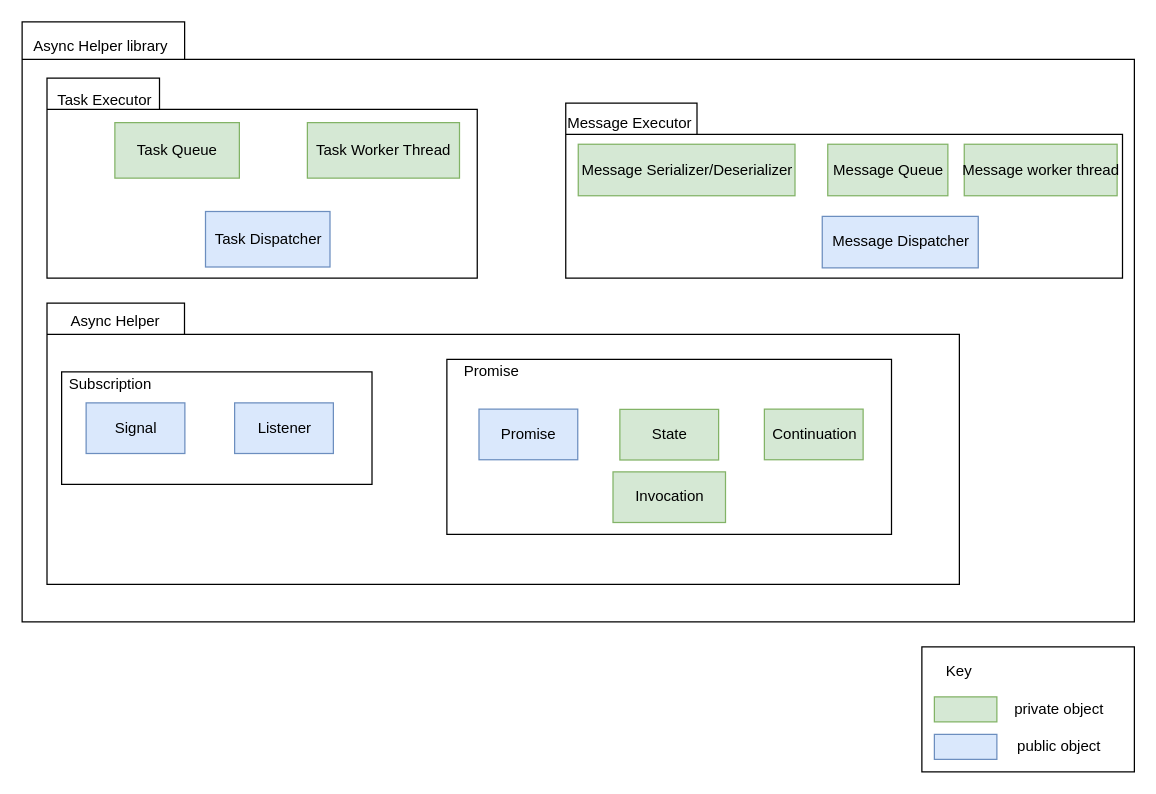
Before: page "async_lib" (1 of 17) of doc/SA cert/Design/performance_async.drawio in taikt/codefun, a draw.io diagram. Source tidied: cells renumbered, new cells numbered last; positions are measured from the earlier drawing's top-left corner, leaving out a move shared by most shapes. Both pictures are drawn from the tidied source at 125%, with x=0, y=0 at pixel (21, 21).
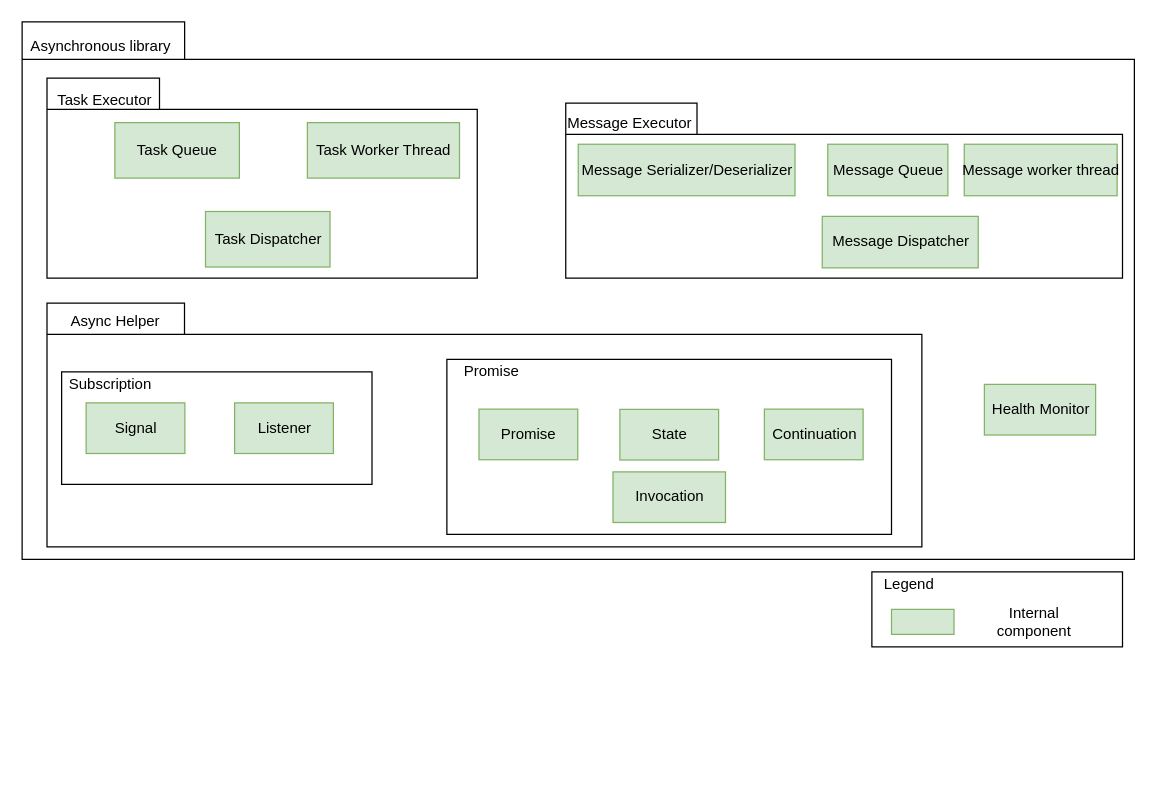
The same diagram, later.

The change refers to these unchanged cells:
```xml
<mxCell id="4" style="group;" parent="1" vertex="1">
  <mxGeometry x="20.1" y="45" width="344.2" height="160" as="geometry" />
</mxCell>
<mxCell id="10" style="group;" parent="1" vertex="1">
  <mxGeometry x="435.1" y="65" width="445.4" height="140" as="geometry" />
</mxCell>
```

The edit, as a diff of the source:
```diff
@@
     <mxCell id="2" style="shape=folder;fontStyle=1;tabWidth=130;tabHeight=30;tabPosition=left;html=1;boundedLbl=1;" parent="1" vertex="1">
-      <mxGeometry x="0.2" width="889.8" height="480" as="geometry" />
+      <mxGeometry x="0.2" width="889.8" height="430" as="geometry" />
     </mxCell>
-    <mxCell id="3" value="Async Helper library&amp;nbsp;" style="text;html=1;strokeColor=none;fillColor=none;align=center;verticalAlign=middle;whiteSpace=wrap;rounded=0;" parent="1" vertex="1">
+    <mxCell id="3" value="Asynchronous library&amp;nbsp;" style="text;html=1;strokeColor=none;fillColor=none;align=center;verticalAlign=middle;whiteSpace=wrap;rounded=0;" parent="1" vertex="1">
       <mxGeometry x="0.2" y="10" width="129.8" height="20" as="geometry" />
     </mxCell>
@@
-    <mxCell id="8" value="Task Dispatcher" style="html=1;fillColor=#dae8fc;strokeColor=#6c8ebf;" parent="4" vertex="1">
+    <mxCell id="8" value="Task Dispatcher" style="html=1;fillColor=#d5e8d4;strokeColor=#82b366;" parent="4" vertex="1">
       <mxGeometry x="126.8" y="106.7" width="99.6" height="44.4" as="geometry" />
     </mxCell>
@@
-    <mxCell id="14" value="Message Dispatcher" style="html=1;fillColor=#dae8fc;strokeColor=#6c8ebf;" parent="10" vertex="1">
+    <mxCell id="14" value="Message Dispatcher" style="html=1;fillColor=#d5e8d4;strokeColor=#82b366;" parent="10" vertex="1">
       <mxGeometry x="205.2" y="90.6" width="124.8" height="41.2" as="geometry" />
     </mxCell>
@@
     <mxCell id="17" style="shape=folder;fontStyle=1;tabWidth=110;tabHeight=25;tabPosition=left;html=1;boundedLbl=1;" parent="1" vertex="1">
-      <mxGeometry x="20.1" y="225" width="729.9" height="225" as="geometry" />
+      <mxGeometry x="20.1" y="225" width="699.9" height="195" as="geometry" />
     </mxCell>
@@
-    <mxCell id="21" value="Signal" style="html=1;fillColor=#dae8fc;strokeColor=#6c8ebf;" parent="1" vertex="1">
+    <mxCell id="21" value="Signal" style="html=1;fillColor=#d5e8d4;strokeColor=#82b366;" parent="1" vertex="1">
       <mxGeometry x="51.4" y="304.8" width="79" height="40.5" as="geometry" />
     </mxCell>
-    <mxCell id="22" value="Listener" style="html=1;fillColor=#dae8fc;strokeColor=#6c8ebf;" parent="1" vertex="1">
+    <mxCell id="22" value="Listener" style="html=1;fillColor=#d5e8d4;strokeColor=#82b366;" parent="1" vertex="1">
       <mxGeometry x="170.2" y="304.8" width="79" height="40.5" as="geometry" />
     </mxCell>
@@
-    <mxCell id="24" value="Promise" style="html=1;fillColor=#dae8fc;strokeColor=#6c8ebf;" parent="1" vertex="1">
+    <mxCell id="24" value="Promise" style="html=1;fillColor=#d5e8d4;strokeColor=#82b366;" parent="1" vertex="1">
       <mxGeometry x="365.7" y="309.8" width="79" height="40.5" as="geometry" />
     </mxCell>
@@
     <mxCell id="29" style="rounded=0;whiteSpace=wrap;html=1;" parent="1" vertex="1">
-      <mxGeometry x="720" y="500" width="170" height="100" as="geometry" />
+      <mxGeometry x="680" y="440" width="200.5" height="60" as="geometry" />
     </mxCell>
-    <mxCell id="30" value="Key" style="text;html=1;strokeColor=none;fillColor=none;align=center;verticalAlign=middle;whiteSpace=wrap;rounded=0;" parent="1" vertex="1">
-      <mxGeometry x="730" y="510" width="40" height="20" as="geometry" />
+    <mxCell id="30" value="Legend" style="text;html=1;strokeColor=none;fillColor=none;align=center;verticalAlign=middle;whiteSpace=wrap;rounded=0;" parent="1" vertex="1">
+      <mxGeometry x="690" y="440" width="40" height="20" as="geometry" />
     </mxCell>
     <mxCell id="31" style="rounded=0;whiteSpace=wrap;html=1;fillColor=#d5e8d4;strokeColor=#82b366;" parent="1" vertex="1">
-      <mxGeometry x="730" y="540" width="50" height="20" as="geometry" />
+      <mxGeometry x="695.7" y="470" width="50" height="20" as="geometry" />
     </mxCell>
-    <mxCell id="32" style="rounded=0;whiteSpace=wrap;html=1;fillColor=#dae8fc;strokeColor=#6c8ebf;" parent="1" vertex="1">
-      <mxGeometry x="730" y="570" width="50" height="20" as="geometry" />
-    </mxCell>
-    <mxCell id="33" value="private object" style="text;html=1;strokeColor=none;fillColor=none;align=center;verticalAlign=middle;whiteSpace=wrap;rounded=0;" parent="1" vertex="1">
-      <mxGeometry x="790" y="540" width="80" height="20" as="geometry" />
+    <mxCell id="33" value="Internal component" style="text;html=1;strokeColor=none;fillColor=none;align=center;verticalAlign=middle;whiteSpace=wrap;rounded=0;" parent="1" vertex="1">
+      <mxGeometry x="770" y="470" width="80" height="20" as="geometry" />
     </mxCell>
-    <mxCell id="34" value="public object" style="text;html=1;strokeColor=none;fillColor=none;align=center;verticalAlign=middle;whiteSpace=wrap;rounded=0;" parent="1" vertex="1">
-      <mxGeometry x="790" y="570" width="80" height="20" as="geometry" />
-    </mxCell>
+    <mxCell id="35" value="Health Monitor" style="html=1;fillColor=#d5e8d4;strokeColor=#82b366;" parent="1" vertex="1">
+      <mxGeometry x="770" y="290" width="89" height="40.5" as="geometry" />
+    </mxCell>
```
